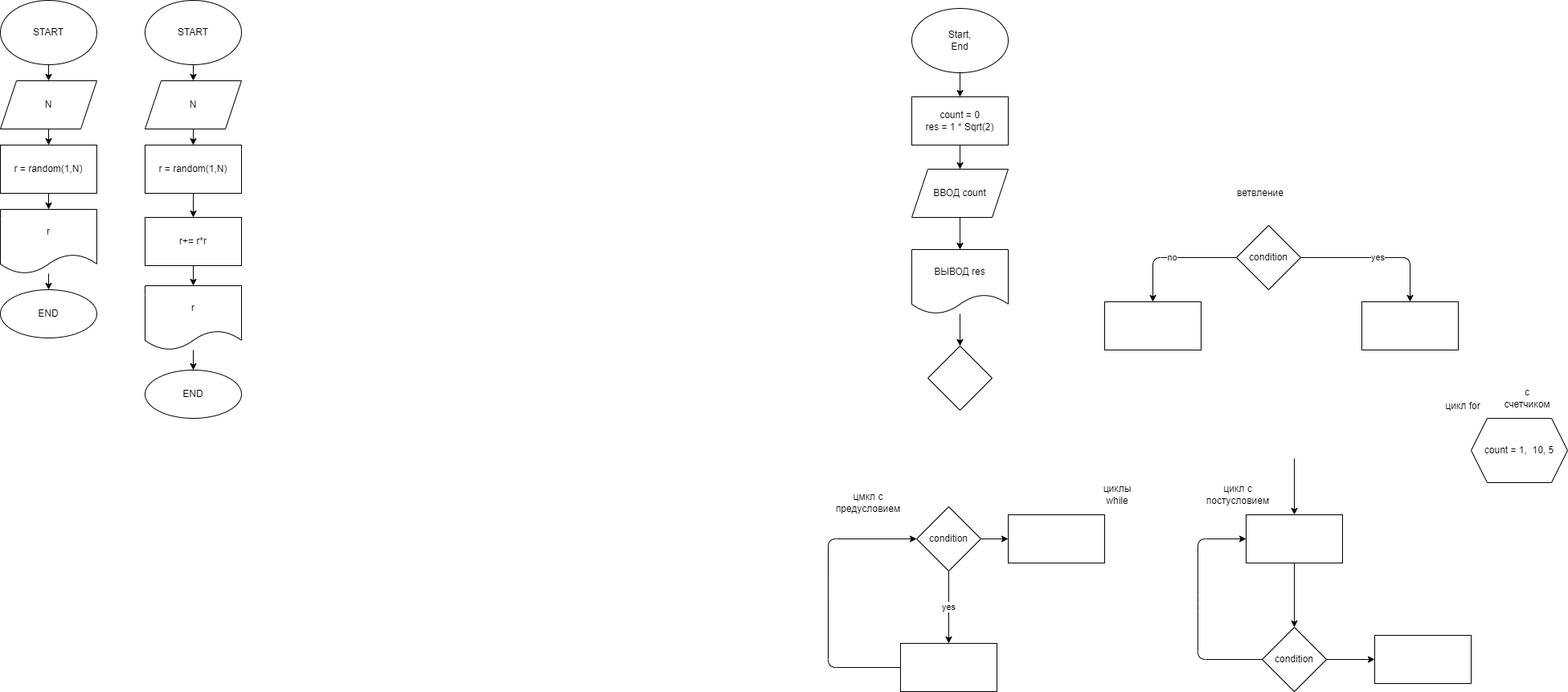
The draw.io diagram 123.drawio.png in kirillnaumenk0/practic, before a commit. Source tidied: cells renumbered, new cells last; positions are measured from the earlier drawing's top-left corner, leaving out a move shared by most shapes.
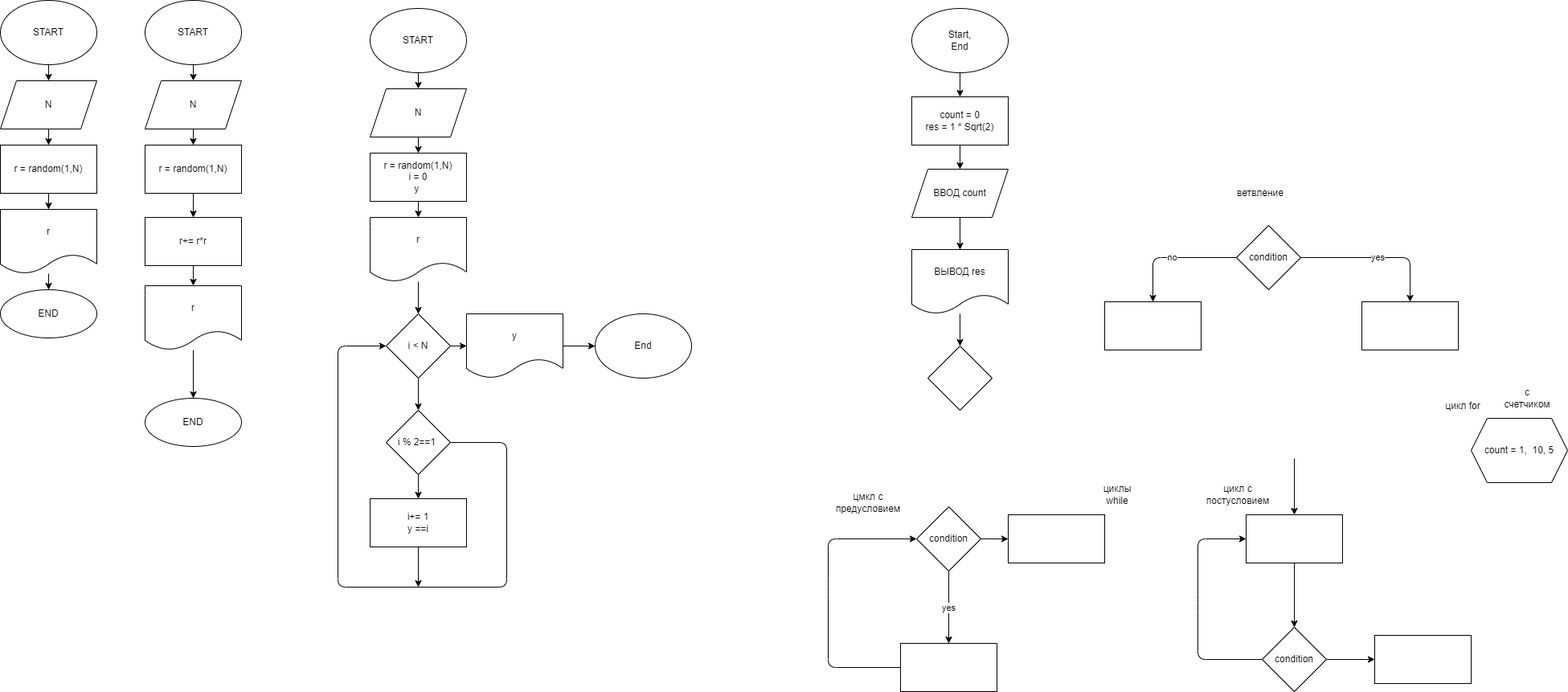
The same file after the commit.

Diff of the diagram source:
```diff
@@ -178,7 +178,7 @@
       <mxGeometry x="180" y="355" width="120" height="80" as="geometry" />
     </mxCell>
     <mxCell id="53" value="END" style="ellipse;whiteSpace=wrap;html=1;" parent="1" vertex="1">
-      <mxGeometry x="180" y="460" width="120" height="60" as="geometry" />
+      <mxGeometry x="180" y="495" width="120" height="60" as="geometry" />
     </mxCell>
     <mxCell id="54" style="edgeStyle=none;html=1;exitX=0.5;exitY=1;exitDx=0;exitDy=0;entryX=0.5;entryY=0;entryDx=0;entryDy=0;" parent="1" edge="1" source="55" target="52">
       <mxGeometry relative="1" as="geometry" />
@@ -186,5 +186,71 @@
     <mxCell id="55" value="r+= r*r" style="whiteSpace=wrap;html=1;" parent="1" vertex="1">
       <mxGeometry x="180" y="270" width="120" height="60" as="geometry" />
     </mxCell>
+    <mxCell id="56" style="edgeStyle=none;html=1;" parent="1" edge="1" source="57" target="59">
+      <mxGeometry relative="1" as="geometry" />
+    </mxCell>
+    <mxCell id="57" value="START" style="ellipse;whiteSpace=wrap;html=1;" parent="1" vertex="1">
+      <mxGeometry x="460" y="10" width="120" height="80" as="geometry" />
+    </mxCell>
+    <mxCell id="58" style="edgeStyle=none;html=1;" parent="1" edge="1" source="59" target="61">
+      <mxGeometry relative="1" as="geometry" />
+    </mxCell>
+    <mxCell id="59" value="N" style="shape=parallelogram;perimeter=parallelogramPerimeter;whiteSpace=wrap;html=1;fixedSize=1;" parent="1" vertex="1">
+      <mxGeometry x="460" y="110" width="120" height="60" as="geometry" />
+    </mxCell>
+    <mxCell id="60" style="edgeStyle=none;html=1;" parent="1" edge="1" source="61" target="63">
+      <mxGeometry relative="1" as="geometry" />
+    </mxCell>
+    <mxCell id="61" value="r = random(1,N)&lt;br&gt;i = 0&lt;br&gt;y&amp;nbsp;" style="whiteSpace=wrap;html=1;" parent="1" vertex="1">
+      <mxGeometry x="460" y="190" width="120" height="60" as="geometry" />
+    </mxCell>
+    <mxCell id="62" style="edgeStyle=none;html=1;" parent="1" edge="1" source="63" target="66">
+      <mxGeometry relative="1" as="geometry" />
+    </mxCell>
+    <mxCell id="63" value="r" style="shape=document;whiteSpace=wrap;html=1;boundedLbl=1;" parent="1" vertex="1">
+      <mxGeometry x="460" y="270" width="120" height="80" as="geometry" />
+    </mxCell>
+    <mxCell id="64" style="edgeStyle=none;html=1;" parent="1" edge="1" source="66" target="69">
+      <mxGeometry relative="1" as="geometry" />
+    </mxCell>
+    <mxCell id="65" style="edgeStyle=none;html=1;" parent="1" edge="1" source="66" target="72">
+      <mxGeometry relative="1" as="geometry" />
+    </mxCell>
+    <mxCell id="66" value="i &amp;lt; N" style="rhombus;whiteSpace=wrap;html=1;" parent="1" vertex="1">
+      <mxGeometry x="480" y="390" width="80" height="80" as="geometry" />
+    </mxCell>
+    <mxCell id="67" value="End" style="ellipse;whiteSpace=wrap;html=1;" parent="1" vertex="1">
+      <mxGeometry x="740" y="390" width="120" height="80" as="geometry" />
+    </mxCell>
+    <mxCell id="68" style="edgeStyle=none;html=1;exitX=1;exitY=0.5;exitDx=0;exitDy=0;entryX=0;entryY=0.5;entryDx=0;entryDy=0;" parent="1" edge="1" source="69" target="67">
+      <mxGeometry relative="1" as="geometry" />
+    </mxCell>
+    <mxCell id="69" value="y" style="shape=document;whiteSpace=wrap;html=1;boundedLbl=1;" parent="1" vertex="1">
+      <mxGeometry x="580" y="390" width="120" height="80" as="geometry" />
+    </mxCell>
+    <mxCell id="70" style="edgeStyle=none;html=1;" parent="1" edge="1" source="72" target="74">
+      <mxGeometry relative="1" as="geometry" />
+    </mxCell>
+    <mxCell id="71" style="edgeStyle=none;html=1;exitX=1;exitY=0.5;exitDx=0;exitDy=0;entryX=0;entryY=0.5;entryDx=0;entryDy=0;" parent="1" edge="1" source="72" target="66">
+      <mxGeometry relative="1" as="geometry">
+        <Array as="points">
+          <mxPoint x="630" y="550" />
+          <mxPoint x="630" y="730" />
+          <mxPoint x="420" y="730" />
+          <mxPoint x="420" y="430" />
+        </Array>
+      </mxGeometry>
+    </mxCell>
+    <mxCell id="72" value="i % 2==1&amp;nbsp;" style="rhombus;whiteSpace=wrap;html=1;" parent="1" vertex="1">
+      <mxGeometry x="480" y="510" width="80" height="80" as="geometry" />
+    </mxCell>
+    <mxCell id="73" style="edgeStyle=none;html=1;exitX=0.5;exitY=1;exitDx=0;exitDy=0;" parent="1" edge="1" source="74">
+      <mxGeometry relative="1" as="geometry">
+        <mxPoint x="520" y="730" as="targetPoint" />
+      </mxGeometry>
+    </mxCell>
+    <mxCell id="74" value="i+= 1&lt;br&gt;y ==i" style="whiteSpace=wrap;html=1;" parent="1" vertex="1">
+      <mxGeometry x="460" y="620" width="120" height="60" as="geometry" />
+    </mxCell>
   </root>
 </mxGraphModel>
```
